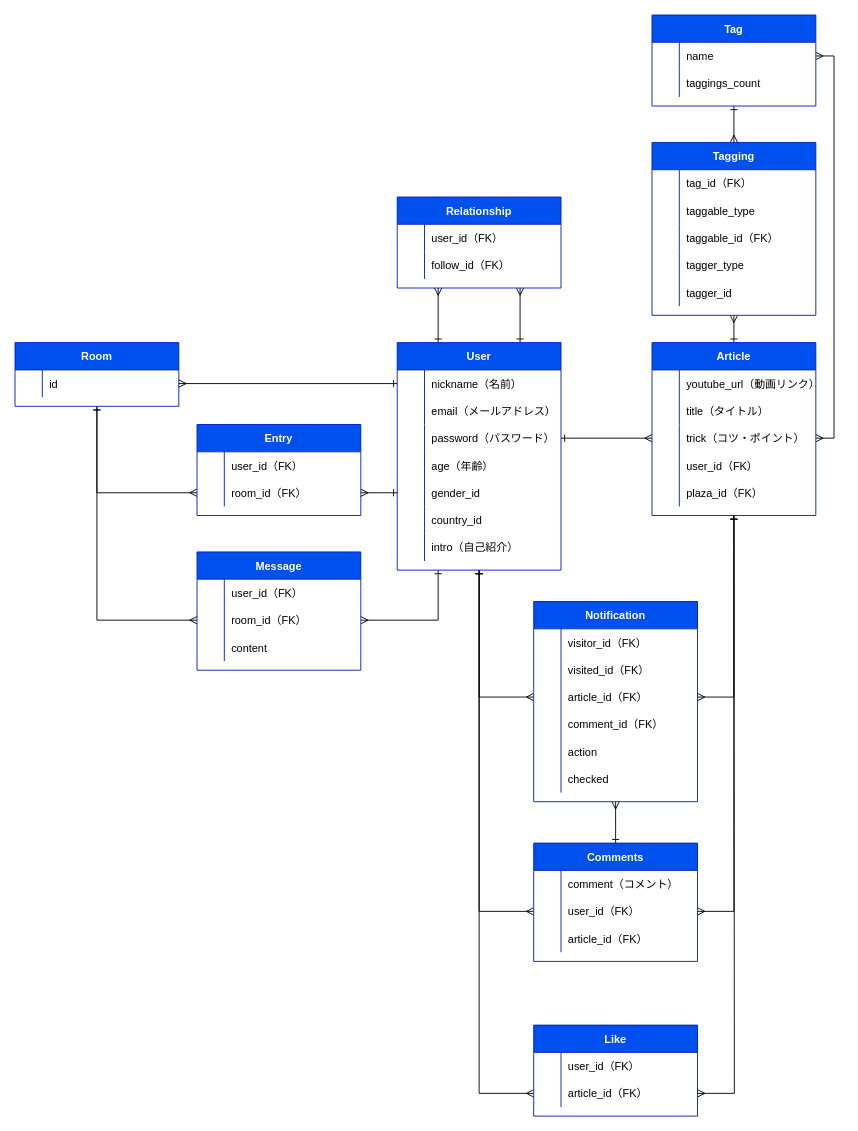
soozeay/k-channel keeps this draw.io diagram as kchannel.dio. Above is the earlier version. Source tidied: cells renumbered, new cells numbered last; positions are measured from the earlier drawing's top-left corner, leaving out a move shared by most shapes. Both pictures are drawn from the tidied source at 91%, with x=0, y=0 at pixel (15, 15).
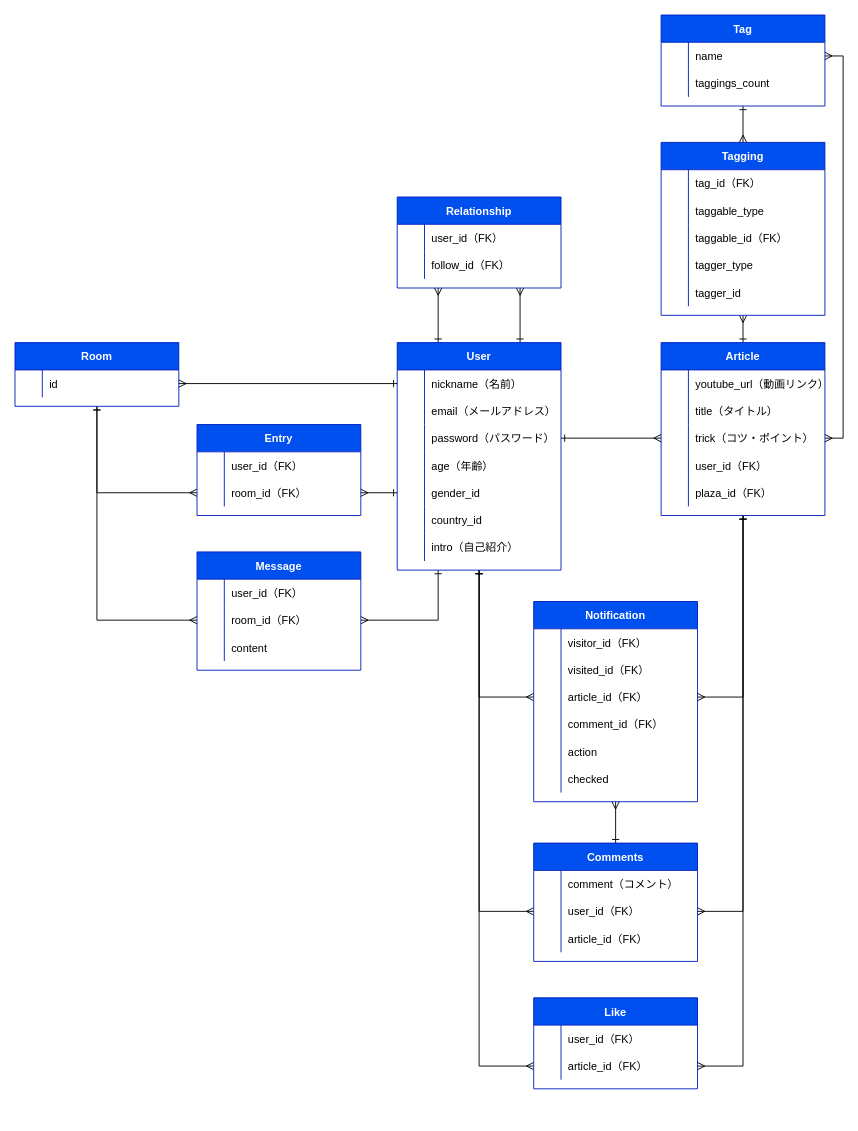
The same page after the edit.

Commit message (it also covers changes not shown here):
他不具合調整の為一度commit

The change refers to these unchanged cells:
```xml
<mxCell id="98" style="shape=partialRectangle;fillColor=none;top=0;left=0;bottom=0;right=0;points=[[0,0.5],[1,0.5]];portConstraint=eastwest;" parent="94" vertex="1">
  <mxGeometry y="60" width="180" height="30" as="geometry" />
</mxCell>
```

What changed in the source:
```diff
@@
     <mxCell id="33" value="Article" style="shape=table;startSize=30;childLayout=tableLayout;rowLines=0;fontStyle=1;align=center;fillColor=#0050ef;strokeColor=#001DBC;swimlaneFillColor=#ffffff;fontColor=#ffffff;" parent="1" vertex="1">
-      <mxGeometry x="700" y="360" width="180" height="190" as="geometry" />
+      <mxGeometry x="710" y="360" width="180" height="190" as="geometry" />
     </mxCell>
@@
     <mxCell id="69" value="Tagging" style="shape=table;startSize=30;childLayout=tableLayout;rowLines=0;fontStyle=1;align=center;fillColor=#0050ef;strokeColor=#001DBC;swimlaneFillColor=#ffffff;fontColor=#ffffff;" parent="1" vertex="1">
-      <mxGeometry x="700" y="140" width="180" height="190" as="geometry" />
+      <mxGeometry x="710" y="140" width="180" height="190" as="geometry" />
     </mxCell>
@@
     <mxCell id="86" value="Tag" style="shape=table;startSize=30;childLayout=tableLayout;rowLines=0;fontStyle=1;align=center;fillColor=#0050ef;strokeColor=#001DBC;swimlaneFillColor=#ffffff;fontColor=#ffffff;" parent="1" vertex="1">
-      <mxGeometry x="700" width="180" height="100" as="geometry" />
+      <mxGeometry x="710" width="180" height="100" as="geometry" />
     </mxCell>
@@
     <mxCell id="94" value="Like" style="shape=table;startSize=30;childLayout=tableLayout;rowLines=0;fontStyle=1;align=center;fillColor=#0050ef;strokeColor=#001DBC;swimlaneFillColor=#ffffff;fontColor=#ffffff;" parent="1" vertex="1">
-      <mxGeometry x="570" y="1110" width="180" height="100" as="geometry" />
+      <mxGeometry x="570" y="1080" width="180" height="100" as="geometry" />
     </mxCell>
@@
-    <mxCell id="101" style="edgeStyle=orthogonalEdgeStyle;rounded=0;jettySize=auto;html=1;exitX=1;exitY=0.5;exitDx=0;exitDy=0;startArrow=ERmany;startFill=0;endArrow=ERone;endFill=0;" parent="1" edge="1" source="98">
-      <mxGeometry relative="1" as="geometry">
-        <mxPoint x="790" y="550" as="targetPoint" />
-      </mxGeometry>
+    <mxCell id="101" style="edgeStyle=orthogonalEdgeStyle;rounded=0;jettySize=auto;html=1;exitX=1;exitY=0.5;exitDx=0;exitDy=0;startArrow=ERmany;startFill=0;endArrow=ERone;endFill=0;entryX=0.5;entryY=1;entryDx=0;entryDy=0;" parent="1" edge="1" source="98" target="33">
+      <mxGeometry relative="1" as="geometry" />
     </mxCell>
```
